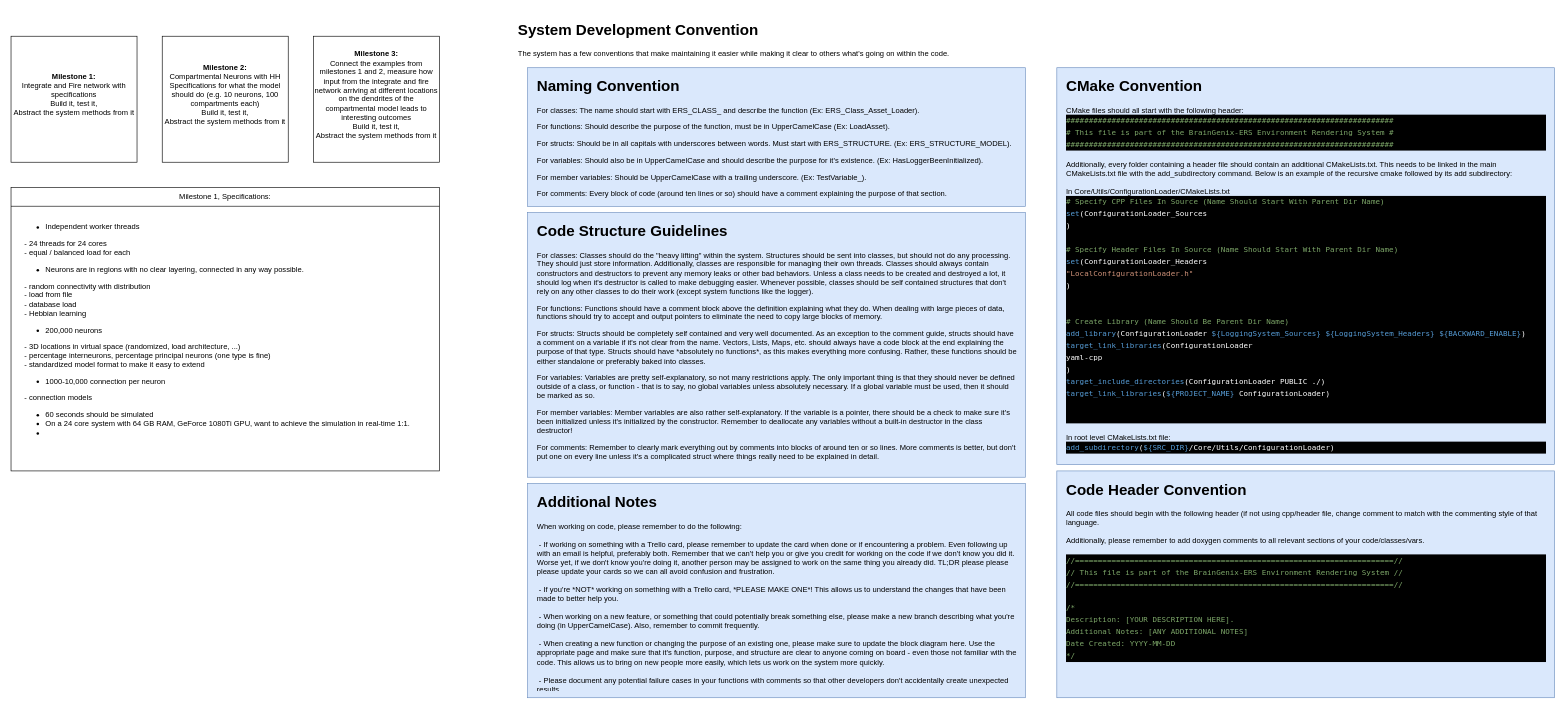
Before: page "Page-3" (3 of 3) of Python/Docs/BlockDiagrams/BrainGenix-NES.drawio in carboncopies/BrainGenix-NES, a draw.io diagram. Source tidied: cells renumbered, new cells numbered last; positions are measured from the earlier drawing's top-left corner, leaving out a move shared by most shapes. Both pictures are drawn from the tidied source at 63%, with x=0, y=0 at pixel (11, 17).
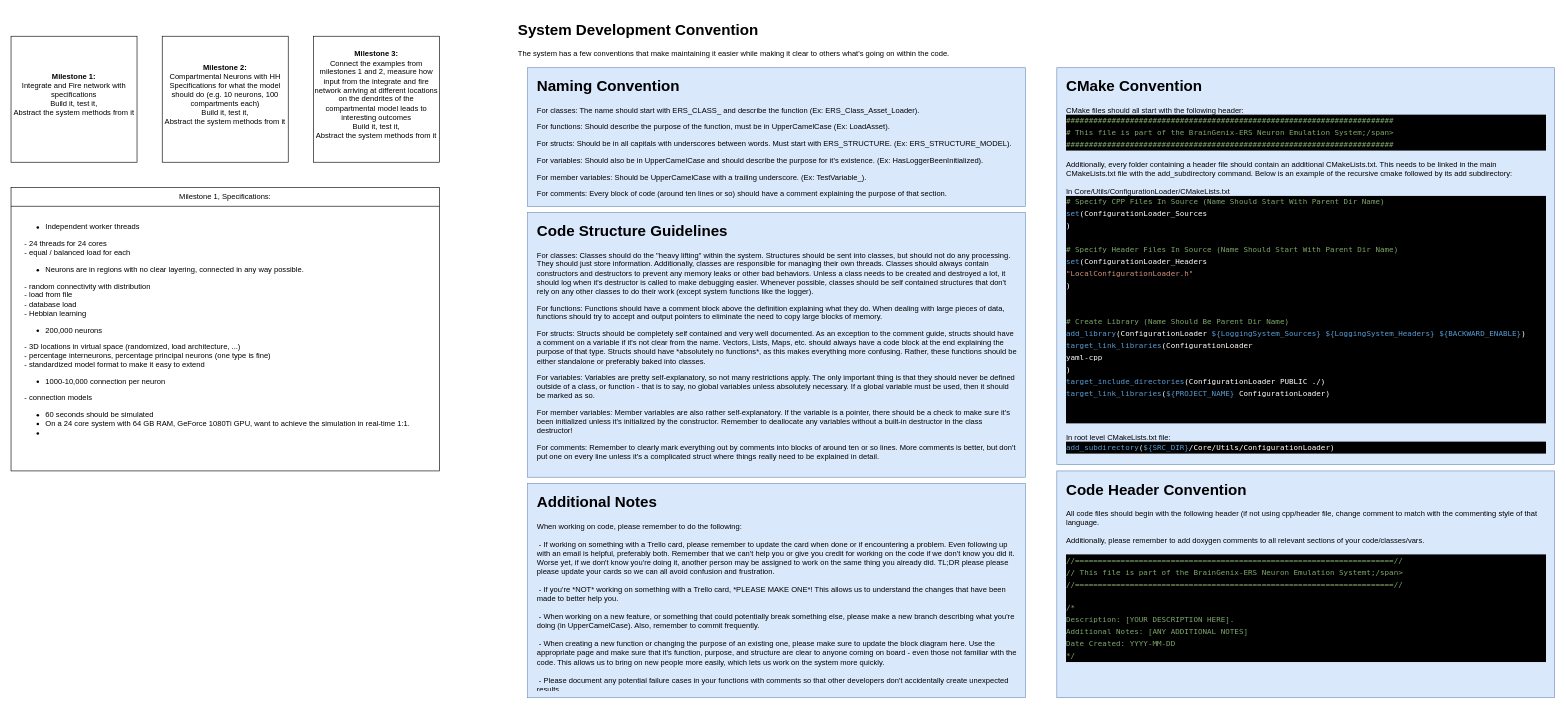
The same page after the edit.

Commit message (it also covers changes not shown here):
Copy Over Logging System From ERS (#90)

Change to the diagram source:
```diff
@@
-    <mxCell id="17" value="&lt;h1&gt;CMake Convention&lt;br&gt;&lt;/h1&gt;&lt;div&gt;&lt;font style=&quot;font-size: 12px&quot;&gt;CMake files should all start with the following header:&lt;/font&gt;&lt;/div&gt;&lt;div&gt;&lt;div style=&quot;color: rgb(255 , 255 , 255) ; background-color: rgb(0 , 0 , 0) ; font-family: &amp;#34;droid sans mono&amp;#34; , &amp;#34;monospace&amp;#34; , monospace , &amp;#34;droid sans fallback&amp;#34; ; font-weight: normal ; line-height: 19px&quot;&gt;&lt;div&gt;&lt;font style=&quot;font-size: 12px&quot;&gt;&lt;span style=&quot;color: rgb(124 , 166 , 104)&quot;&gt;########################################################################&lt;/span&gt;&lt;/font&gt;&lt;/div&gt;&lt;div&gt;&lt;font style=&quot;font-size: 12px&quot;&gt;&lt;span style=&quot;color: rgb(124 , 166 , 104)&quot;&gt;# This file is part of the BrainGenix-ERS Environment Rendering System #&lt;/span&gt;&lt;/font&gt;&lt;/div&gt;&lt;div&gt;&lt;font style=&quot;font-size: 12px&quot;&gt;&lt;span style=&quot;color: rgb(124 , 166 , 104)&quot;&gt;########################################################################&lt;/span&gt;&lt;/font&gt;&lt;/div&gt;&lt;/div&gt;&lt;/div&gt;&lt;div&gt;&lt;font style=&quot;font-size: 12px&quot;&gt;&lt;br&gt;&lt;/font&gt;&lt;/div&gt;&lt;div&gt;&lt;font style=&quot;font-size: 12px&quot;&gt;Additionally, every folder containing a header file should contain an additional CMakeLists.txt. This needs to be linked in the main CMakeLists.txt file with the add_subdirectory command. Below is an example of the recursive cmake followed by its add subdirectory:&lt;/font&gt;&lt;/div&gt;&lt;div&gt;&lt;font style=&quot;font-size: 12px&quot;&gt;&lt;br&gt;&lt;/font&gt;&lt;/div&gt;&lt;div&gt;&lt;font style=&quot;font-size: 12px&quot;&gt;In Core/Utils/ConfigurationLoader/CMakeLists.txt&lt;br&gt;&lt;/font&gt;&lt;/div&gt;&lt;div&gt;&lt;div style=&quot;color: rgb(255 , 255 , 255) ; background-color: rgb(0 , 0 , 0) ; font-family: &amp;#34;droid sans mono&amp;#34; , &amp;#34;monospace&amp;#34; , monospace , &amp;#34;droid sans fallback&amp;#34; ; font-weight: normal ; line-height: 19px&quot;&gt;&lt;div&gt;&lt;font style=&quot;font-size: 12px&quot;&gt;&lt;span style=&quot;color: rgb(124 , 166 , 104)&quot;&gt;# Specify CPP Files In Source (Name Should Start With Parent Dir Name)&lt;/span&gt;&lt;/font&gt;&lt;/div&gt;&lt;div&gt;&lt;font style=&quot;font-size: 12px&quot;&gt;&lt;span style=&quot;color: rgb(86 , 156 , 214)&quot;&gt;set&lt;/span&gt;&lt;span style=&quot;color: rgb(255 , 255 , 255)&quot;&gt;(ConfigurationLoader_Sources&lt;/span&gt;&lt;/font&gt;&lt;/div&gt;&lt;div&gt;&lt;font style=&quot;font-size: 12px&quot;&gt;&lt;span style=&quot;color: rgb(255 , 255 , 255)&quot;&gt;)&lt;/span&gt;&lt;/font&gt;&lt;/div&gt;&lt;font style=&quot;font-size: 12px&quot;&gt;&lt;br&gt;&lt;/font&gt;&lt;div&gt;&lt;font style=&quot;font-size: 12px&quot;&gt;&lt;span style=&quot;color: rgb(124 , 166 , 104)&quot;&gt;# Specify Header Files In Source (Name Should Start With Parent Dir Name)&lt;/span&gt;&lt;/font&gt;&lt;/div&gt;&lt;div&gt;&lt;font style=&quot;font-size: 12px&quot;&gt;&lt;span style=&quot;color: rgb(86 , 156 , 214)&quot;&gt;set&lt;/span&gt;&lt;span style=&quot;color: rgb(255 , 255 , 255)&quot;&gt;(ConfigurationLoader_Headers&lt;/span&gt;&lt;/font&gt;&lt;/div&gt;&lt;div&gt;&lt;font style=&quot;font-size: 12px&quot;&gt;&lt;span style=&quot;color: rgb(255 , 255 , 255)&quot;&gt;    &lt;/span&gt;&lt;span style=&quot;color: rgb(206 , 145 , 120)&quot;&gt;&quot;LocalConfigurationLoader.h&quot;&lt;/span&gt;&lt;/font&gt;&lt;/div&gt;&lt;div&gt;&lt;font style=&quot;font-size: 12px&quot;&gt;&lt;span style=&quot;color: rgb(255 , 255 , 255)&quot;&gt;)&lt;/span&gt;&lt;/font&gt;&lt;/div&gt;&lt;font style=&quot;font-size: 12px&quot;&gt;&lt;br&gt;&lt;br&gt;&lt;/font&gt;&lt;div&gt;&lt;font style=&quot;font-size: 12px&quot;&gt;&lt;span style=&quot;color: rgb(124 , 166 , 104)&quot;&gt;# Create Library (Name Should Be Parent Dir Name)&lt;/span&gt;&lt;/font&gt;&lt;/div&gt;&lt;div&gt;&lt;font style=&quot;font-size: 12px&quot;&gt;&lt;span style=&quot;color: rgb(86 , 156 , 214)&quot;&gt;add_library&lt;/span&gt;&lt;span style=&quot;color: rgb(255 , 255 , 255)&quot;&gt;(ConfigurationLoader &lt;/span&gt;&lt;span style=&quot;color: rgb(86 , 156 , 214)&quot;&gt;${LoggingSystem_Sources}&lt;/span&gt;&lt;span style=&quot;color: rgb(255 , 255 , 255)&quot;&gt; &lt;/span&gt;&lt;span style=&quot;color: rgb(86 , 156 , 214)&quot;&gt;${LoggingSystem_Headers}&lt;/span&gt;&lt;span style=&quot;color: rgb(255 , 255 , 255)&quot;&gt; &lt;/span&gt;&lt;span style=&quot;color: rgb(86 , 156 , 214)&quot;&gt;${BACKWARD_ENABLE}&lt;/span&gt;&lt;span style=&quot;color: rgb(255 , 255 , 255)&quot;&gt;)&lt;/span&gt;&lt;/font&gt;&lt;/div&gt;&lt;div&gt;&lt;font style=&quot;font-size: 12px&quot;&gt;&lt;span style=&quot;color: rgb(86 , 156 , 214)&quot;&gt;target_link_libraries&lt;/span&gt;&lt;span style=&quot;color: rgb(255 , 255 , 255)&quot;&gt;(ConfigurationLoader &lt;/span&gt;&lt;/font&gt;&lt;/div&gt;&lt;div&gt;&lt;font style=&quot;font-size: 12px&quot;&gt;&lt;span style=&quot;color: rgb(255 , 255 , 255)&quot;&gt;    yaml-cpp&lt;/span&gt;&lt;/font&gt;&lt;/div&gt;&lt;div&gt;&lt;font style=&quot;font-size: 12px&quot;&gt;&lt;span style=&quot;color: rgb(255 , 255 , 255)&quot;&gt;    )&lt;/span&gt;&lt;/font&gt;&lt;/div&gt;&lt;div&gt;&lt;font style=&quot;font-size: 12px&quot;&gt;&lt;span style=&quot;color: rgb(86 , 156 , 214)&quot;&gt;target_include_directories&lt;/span&gt;&lt;span style=&quot;color: rgb(255 , 255 , 255)&quot;&gt;(ConfigurationLoader PUBLIC ./)&lt;/span&gt;&lt;/font&gt;&lt;/div&gt;&lt;div&gt;&lt;font style=&quot;font-size: 12px&quot;&gt;&lt;span style=&quot;color: rgb(86 , 156 , 214)&quot;&gt;target_link_libraries&lt;/span&gt;&lt;span style=&quot;color: rgb(255 , 255 , 255)&quot;&gt;(&lt;/span&gt;&lt;span style=&quot;color: rgb(86 , 156 , 214)&quot;&gt;${PROJECT_NAME}&lt;/span&gt;&lt;span style=&quot;color: rgb(255 , 255 , 255)&quot;&gt; ConfigurationLoader)&lt;/span&gt;&lt;/font&gt;&lt;/div&gt;&lt;font style=&quot;font-size: 12px&quot;&gt;&lt;br&gt;&lt;br&gt;&lt;/font&gt;&lt;/div&gt;&lt;/div&gt;&lt;div&gt;&lt;font style=&quot;font-size: 12px&quot;&gt;&lt;br&gt;&lt;/font&gt;&lt;/div&gt;&lt;div&gt;&lt;font style=&quot;font-size: 12px&quot;&gt;In root level CMakeLists.txt file:&lt;br&gt;&lt;/font&gt;&lt;/div&gt;&lt;div&gt;&lt;div style=&quot;color: rgb(255 , 255 , 255) ; background-color: rgb(0 , 0 , 0) ; font-family: &amp;#34;droid sans mono&amp;#34; , &amp;#34;monospace&amp;#34; , monospace , &amp;#34;droid sans fallback&amp;#34; ; font-weight: normal ; line-height: 19px&quot;&gt;&lt;div&gt;&lt;font style=&quot;font-size: 12px&quot;&gt;&lt;span style=&quot;color: rgb(86 , 156 , 214)&quot;&gt;add_subdirectory&lt;/span&gt;&lt;span style=&quot;color: rgb(255 , 255 , 255)&quot;&gt;(&lt;/span&gt;&lt;span style=&quot;color: rgb(86 , 156 , 214)&quot;&gt;${SRC_DIR}&lt;/span&gt;&lt;span style=&quot;color: rgb(255 , 255 , 255)&quot;&gt;/Core/Utils/ConfigurationLoader)&lt;/span&gt;&lt;/font&gt;&lt;/div&gt;&lt;/div&gt;&lt;/div&gt;&lt;div&gt;&lt;font style=&quot;font-size: 12px&quot;&gt;&lt;br&gt;&lt;/font&gt;&lt;/div&gt;&lt;div&gt;&lt;font style=&quot;font-size: 12px&quot;&gt;&lt;br&gt;&lt;/font&gt;&lt;/div&gt;&lt;div&gt;&lt;br&gt;&lt;/div&gt;&lt;div&gt;&lt;br&gt; &lt;/div&gt;" style="text;html=1;strokeColor=none;fillColor=none;spacing=5;spacingTop=-20;whiteSpace=wrap;overflow=hidden;rounded=0;" parent="1" vertex="1">
+    <mxCell id="17" value="&lt;h1&gt;CMake Convention&lt;br&gt;&lt;/h1&gt;&lt;div&gt;&lt;font style=&quot;font-size: 12px&quot;&gt;CMake files should all start with the following header:&lt;/font&gt;&lt;/div&gt;&lt;div&gt;&lt;div style=&quot;color: rgb(255 , 255 , 255) ; background-color: rgb(0 , 0 , 0) ; font-family: &amp;#34;droid sans mono&amp;#34; , &amp;#34;monospace&amp;#34; , monospace , &amp;#34;droid sans fallback&amp;#34; ; font-weight: normal ; line-height: 19px&quot;&gt;&lt;div&gt;&lt;font style=&quot;font-size: 12px&quot;&gt;&lt;span style=&quot;color: rgb(124 , 166 , 104)&quot;&gt;########################################################################&lt;/span&gt;&lt;/font&gt;&lt;/div&gt;&lt;div&gt;&lt;font style=&quot;font-size: 12px&quot;&gt;&lt;span style=&quot;color: rgb(124 , 166 , 104)&quot;&gt;# This file is part of the BrainGenix-ERS Neuron Emulation System;/span&gt;&lt;/font&gt;&lt;/div&gt;&lt;div&gt;&lt;font style=&quot;font-size: 12px&quot;&gt;&lt;span style=&quot;color: rgb(124 , 166 , 104)&quot;&gt;########################################################################&lt;/span&gt;&lt;/font&gt;&lt;/div&gt;&lt;/div&gt;&lt;/div&gt;&lt;div&gt;&lt;font style=&quot;font-size: 12px&quot;&gt;&lt;br&gt;&lt;/font&gt;&lt;/div&gt;&lt;div&gt;&lt;font style=&quot;font-size: 12px&quot;&gt;Additionally, every folder containing a header file should contain an additional CMakeLists.txt. This needs to be linked in the main CMakeLists.txt file with the add_subdirectory command. Below is an example of the recursive cmake followed by its add subdirectory:&lt;/font&gt;&lt;/div&gt;&lt;div&gt;&lt;font style=&quot;font-size: 12px&quot;&gt;&lt;br&gt;&lt;/font&gt;&lt;/div&gt;&lt;div&gt;&lt;font style=&quot;font-size: 12px&quot;&gt;In Core/Utils/ConfigurationLoader/CMakeLists.txt&lt;br&gt;&lt;/font&gt;&lt;/div&gt;&lt;div&gt;&lt;div style=&quot;color: rgb(255 , 255 , 255) ; background-color: rgb(0 , 0 , 0) ; font-family: &amp;#34;droid sans mono&amp;#34; , &amp;#34;monospace&amp;#34; , monospace , &amp;#34;droid sans fallback&amp;#34; ; font-weight: normal ; line-height: 19px&quot;&gt;&lt;div&gt;&lt;font style=&quot;font-size: 12px&quot;&gt;&lt;span style=&quot;color: rgb(124 , 166 , 104)&quot;&gt;# Specify CPP Files In Source (Name Should Start With Parent Dir Name)&lt;/span&gt;&lt;/font&gt;&lt;/div&gt;&lt;div&gt;&lt;font style=&quot;font-size: 12px&quot;&gt;&lt;span style=&quot;color: rgb(86 , 156 , 214)&quot;&gt;set&lt;/span&gt;&lt;span style=&quot;color: rgb(255 , 255 , 255)&quot;&gt;(ConfigurationLoader_Sources&lt;/span&gt;&lt;/font&gt;&lt;/div&gt;&lt;div&gt;&lt;font style=&quot;font-size: 12px&quot;&gt;&lt;span style=&quot;color: rgb(255 , 255 , 255)&quot;&gt;)&lt;/span&gt;&lt;/font&gt;&lt;/div&gt;&lt;font style=&quot;font-size: 12px&quot;&gt;&lt;br&gt;&lt;/font&gt;&lt;div&gt;&lt;font style=&quot;font-size: 12px&quot;&gt;&lt;span style=&quot;color: rgb(124 , 166 , 104)&quot;&gt;# Specify Header Files In Source (Name Should Start With Parent Dir Name)&lt;/span&gt;&lt;/font&gt;&lt;/div&gt;&lt;div&gt;&lt;font style=&quot;font-size: 12px&quot;&gt;&lt;span style=&quot;color: rgb(86 , 156 , 214)&quot;&gt;set&lt;/span&gt;&lt;span style=&quot;color: rgb(255 , 255 , 255)&quot;&gt;(ConfigurationLoader_Headers&lt;/span&gt;&lt;/font&gt;&lt;/div&gt;&lt;div&gt;&lt;font style=&quot;font-size: 12px&quot;&gt;&lt;span style=&quot;color: rgb(255 , 255 , 255)&quot;&gt;    &lt;/span&gt;&lt;span style=&quot;color: rgb(206 , 145 , 120)&quot;&gt;&quot;LocalConfigurationLoader.h&quot;&lt;/span&gt;&lt;/font&gt;&lt;/div&gt;&lt;div&gt;&lt;font style=&quot;font-size: 12px&quot;&gt;&lt;span style=&quot;color: rgb(255 , 255 , 255)&quot;&gt;)&lt;/span&gt;&lt;/font&gt;&lt;/div&gt;&lt;font style=&quot;font-size: 12px&quot;&gt;&lt;br&gt;&lt;br&gt;&lt;/font&gt;&lt;div&gt;&lt;font style=&quot;font-size: 12px&quot;&gt;&lt;span style=&quot;color: rgb(124 , 166 , 104)&quot;&gt;# Create Library (Name Should Be Parent Dir Name)&lt;/span&gt;&lt;/font&gt;&lt;/div&gt;&lt;div&gt;&lt;font style=&quot;font-size: 12px&quot;&gt;&lt;span style=&quot;color: rgb(86 , 156 , 214)&quot;&gt;add_library&lt;/span&gt;&lt;span style=&quot;color: rgb(255 , 255 , 255)&quot;&gt;(ConfigurationLoader &lt;/span&gt;&lt;span style=&quot;color: rgb(86 , 156 , 214)&quot;&gt;${LoggingSystem_Sources}&lt;/span&gt;&lt;span style=&quot;color: rgb(255 , 255 , 255)&quot;&gt; &lt;/span&gt;&lt;span style=&quot;color: rgb(86 , 156 , 214)&quot;&gt;${LoggingSystem_Headers}&lt;/span&gt;&lt;span style=&quot;color: rgb(255 , 255 , 255)&quot;&gt; &lt;/span&gt;&lt;span style=&quot;color: rgb(86 , 156 , 214)&quot;&gt;${BACKWARD_ENABLE}&lt;/span&gt;&lt;span style=&quot;color: rgb(255 , 255 , 255)&quot;&gt;)&lt;/span&gt;&lt;/font&gt;&lt;/div&gt;&lt;div&gt;&lt;font style=&quot;font-size: 12px&quot;&gt;&lt;span style=&quot;color: rgb(86 , 156 , 214)&quot;&gt;target_link_libraries&lt;/span&gt;&lt;span style=&quot;color: rgb(255 , 255 , 255)&quot;&gt;(ConfigurationLoader &lt;/span&gt;&lt;/font&gt;&lt;/div&gt;&lt;div&gt;&lt;font style=&quot;font-size: 12px&quot;&gt;&lt;span style=&quot;color: rgb(255 , 255 , 255)&quot;&gt;    yaml-cpp&lt;/span&gt;&lt;/font&gt;&lt;/div&gt;&lt;div&gt;&lt;font style=&quot;font-size: 12px&quot;&gt;&lt;span style=&quot;color: rgb(255 , 255 , 255)&quot;&gt;    )&lt;/span&gt;&lt;/font&gt;&lt;/div&gt;&lt;div&gt;&lt;font style=&quot;font-size: 12px&quot;&gt;&lt;span style=&quot;color: rgb(86 , 156 , 214)&quot;&gt;target_include_directories&lt;/span&gt;&lt;span style=&quot;color: rgb(255 , 255 , 255)&quot;&gt;(ConfigurationLoader PUBLIC ./)&lt;/span&gt;&lt;/font&gt;&lt;/div&gt;&lt;div&gt;&lt;font style=&quot;font-size: 12px&quot;&gt;&lt;span style=&quot;color: rgb(86 , 156 , 214)&quot;&gt;target_link_libraries&lt;/span&gt;&lt;span style=&quot;color: rgb(255 , 255 , 255)&quot;&gt;(&lt;/span&gt;&lt;span style=&quot;color: rgb(86 , 156 , 214)&quot;&gt;${PROJECT_NAME}&lt;/span&gt;&lt;span style=&quot;color: rgb(255 , 255 , 255)&quot;&gt; ConfigurationLoader)&lt;/span&gt;&lt;/font&gt;&lt;/div&gt;&lt;font style=&quot;font-size: 12px&quot;&gt;&lt;br&gt;&lt;br&gt;&lt;/font&gt;&lt;/div&gt;&lt;/div&gt;&lt;div&gt;&lt;font style=&quot;font-size: 12px&quot;&gt;&lt;br&gt;&lt;/font&gt;&lt;/div&gt;&lt;div&gt;&lt;font style=&quot;font-size: 12px&quot;&gt;In root level CMakeLists.txt file:&lt;br&gt;&lt;/font&gt;&lt;/div&gt;&lt;div&gt;&lt;div style=&quot;color: rgb(255 , 255 , 255) ; background-color: rgb(0 , 0 , 0) ; font-family: &amp;#34;droid sans mono&amp;#34; , &amp;#34;monospace&amp;#34; , monospace , &amp;#34;droid sans fallback&amp;#34; ; font-weight: normal ; line-height: 19px&quot;&gt;&lt;div&gt;&lt;font style=&quot;font-size: 12px&quot;&gt;&lt;span style=&quot;color: rgb(86 , 156 , 214)&quot;&gt;add_subdirectory&lt;/span&gt;&lt;span style=&quot;color: rgb(255 , 255 , 255)&quot;&gt;(&lt;/span&gt;&lt;span style=&quot;color: rgb(86 , 156 , 214)&quot;&gt;${SRC_DIR}&lt;/span&gt;&lt;span style=&quot;color: rgb(255 , 255 , 255)&quot;&gt;/Core/Utils/ConfigurationLoader)&lt;/span&gt;&lt;/font&gt;&lt;/div&gt;&lt;/div&gt;&lt;/div&gt;&lt;div&gt;&lt;font style=&quot;font-size: 12px&quot;&gt;&lt;br&gt;&lt;/font&gt;&lt;/div&gt;&lt;div&gt;&lt;font style=&quot;font-size: 12px&quot;&gt;&lt;br&gt;&lt;/font&gt;&lt;/div&gt;&lt;div&gt;&lt;br&gt;&lt;/div&gt;&lt;div&gt;&lt;br&gt; &lt;/div&gt;" style="text;html=1;strokeColor=none;fillColor=none;spacing=5;spacingTop=-20;whiteSpace=wrap;overflow=hidden;rounded=0;" parent="1" vertex="1">
       <mxGeometry x="1670" y="90" width="770" height="610" as="geometry" />
     </mxCell>
@@
-    <mxCell id="19" value="&lt;h1&gt;Code Header Convention&lt;br&gt;&lt;/h1&gt;&lt;div&gt;All code files should begin with the following header (if not using cpp/header file, change comment to match with the commenting style of that language.&lt;/div&gt;&lt;div&gt;&lt;br&gt;&lt;/div&gt;&lt;div&gt;Additionally, please remember to add doxygen comments to all relevant sections of your code/classes/vars.&lt;br&gt;&lt;/div&gt;&lt;div&gt;&lt;br&gt;&lt;/div&gt;&lt;div&gt;&lt;div style=&quot;color: rgb(255 , 255 , 255) ; background-color: rgb(0 , 0 , 0) ; font-family: &amp;#34;droid sans mono&amp;#34; , &amp;#34;monospace&amp;#34; , monospace , &amp;#34;droid sans fallback&amp;#34; ; font-weight: normal ; line-height: 19px&quot;&gt;&lt;div&gt;&lt;span style=&quot;color: rgb(124 , 166 , 104)&quot;&gt;//======================================================================//&lt;/span&gt;&lt;/div&gt;&lt;div&gt;&lt;span style=&quot;color: rgb(124 , 166 , 104)&quot;&gt;// This file is part of the BrainGenix-ERS Environment Rendering System //&lt;/span&gt;&lt;/div&gt;&lt;div&gt;&lt;span style=&quot;color: rgb(124 , 166 , 104)&quot;&gt;//======================================================================//&lt;/span&gt;&lt;/div&gt;&lt;br&gt;&lt;div&gt;&lt;span style=&quot;color: rgb(124 , 166 , 104)&quot;&gt;/*&lt;/span&gt;&lt;/div&gt;&lt;div&gt;&lt;span style=&quot;color: rgb(124 , 166 , 104)&quot;&gt;    Description: [YOUR DESCRIPTION HERE].&lt;/span&gt;&lt;/div&gt;&lt;div&gt;&lt;span style=&quot;color: rgb(124 , 166 , 104)&quot;&gt;    Additional Notes: [ANY ADDITIONAL NOTES]&lt;br&gt;&lt;/span&gt;&lt;/div&gt;&lt;div&gt;&lt;span style=&quot;color: rgb(124 , 166 , 104)&quot;&gt;    Date Created: YYYY-MM-DD&lt;br&gt;&lt;/span&gt;&lt;/div&gt;&lt;div&gt;&lt;span style=&quot;color: rgb(124 , 166 , 104)&quot;&gt;*/&lt;/span&gt;&lt;/div&gt;&lt;/div&gt;&lt;/div&gt;" style="text;html=1;strokeColor=none;fillColor=none;spacing=5;spacingTop=-20;whiteSpace=wrap;overflow=hidden;rounded=0;" parent="1" vertex="1">
+    <mxCell id="19" value="&lt;h1&gt;Code Header Convention&lt;br&gt;&lt;/h1&gt;&lt;div&gt;All code files should begin with the following header (if not using cpp/header file, change comment to match with the commenting style of that language.&lt;/div&gt;&lt;div&gt;&lt;br&gt;&lt;/div&gt;&lt;div&gt;Additionally, please remember to add doxygen comments to all relevant sections of your code/classes/vars.&lt;br&gt;&lt;/div&gt;&lt;div&gt;&lt;br&gt;&lt;/div&gt;&lt;div&gt;&lt;div style=&quot;color: rgb(255 , 255 , 255) ; background-color: rgb(0 , 0 , 0) ; font-family: &amp;#34;droid sans mono&amp;#34; , &amp;#34;monospace&amp;#34; , monospace , &amp;#34;droid sans fallback&amp;#34; ; font-weight: normal ; line-height: 19px&quot;&gt;&lt;div&gt;&lt;span style=&quot;color: rgb(124 , 166 , 104)&quot;&gt;//======================================================================//&lt;/span&gt;&lt;/div&gt;&lt;div&gt;&lt;span style=&quot;color: rgb(124 , 166 , 104)&quot;&gt;// This file is part of the BrainGenix-ERS Neuron Emulation Systemt;/span&gt;&lt;/div&gt;&lt;div&gt;&lt;span style=&quot;color: rgb(124 , 166 , 104)&quot;&gt;//======================================================================//&lt;/span&gt;&lt;/div&gt;&lt;br&gt;&lt;div&gt;&lt;span style=&quot;color: rgb(124 , 166 , 104)&quot;&gt;/*&lt;/span&gt;&lt;/div&gt;&lt;div&gt;&lt;span style=&quot;color: rgb(124 , 166 , 104)&quot;&gt;    Description: [YOUR DESCRIPTION HERE].&lt;/span&gt;&lt;/div&gt;&lt;div&gt;&lt;span style=&quot;color: rgb(124 , 166 , 104)&quot;&gt;    Additional Notes: [ANY ADDITIONAL NOTES]&lt;br&gt;&lt;/span&gt;&lt;/div&gt;&lt;div&gt;&lt;span style=&quot;color: rgb(124 , 166 , 104)&quot;&gt;    Date Created: YYYY-MM-DD&lt;br&gt;&lt;/span&gt;&lt;/div&gt;&lt;div&gt;&lt;span style=&quot;color: rgb(124 , 166 , 104)&quot;&gt;*/&lt;/span&gt;&lt;/div&gt;&lt;/div&gt;&lt;/div&gt;" style="text;html=1;strokeColor=none;fillColor=none;spacing=5;spacingTop=-20;whiteSpace=wrap;overflow=hidden;rounded=0;" parent="1" vertex="1">
       <mxGeometry x="1670" y="730" width="770" height="340" as="geometry" />
     </mxCell>
```
